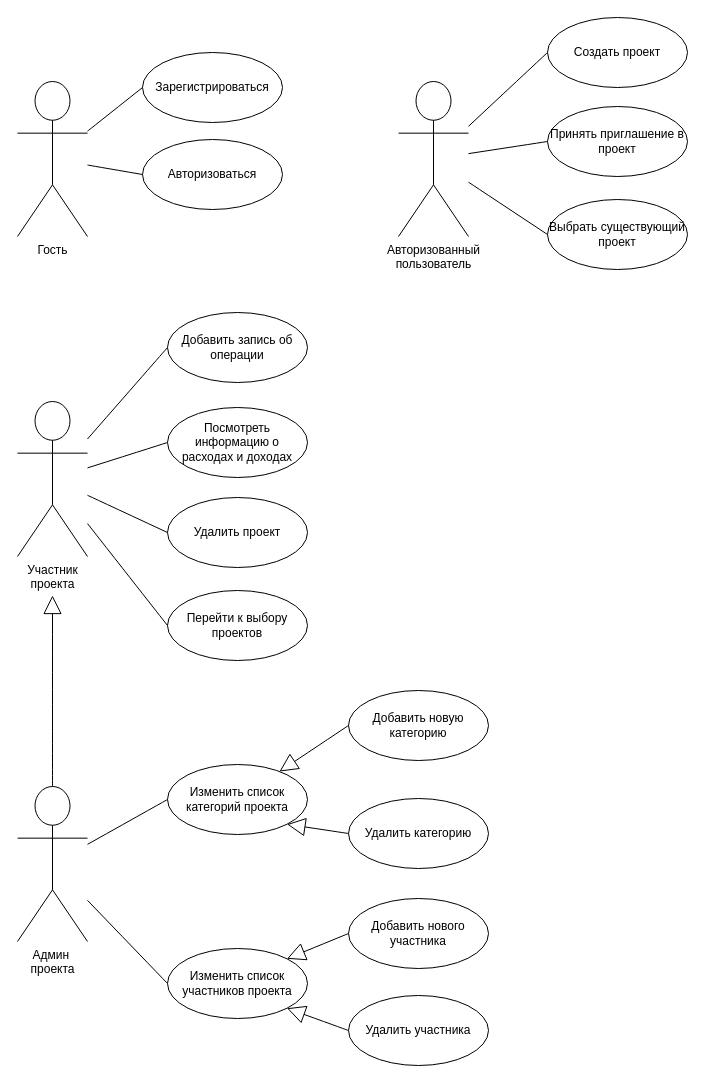
anorien03/bmstu-iu7-ppo keeps this draw.io diagram as img/diagrams/use_case.drawio. Above is the earlier version. Source tidied: cells renumbered, new cells numbered last; positions are measured from the earlier drawing's top-left corner, leaving out a move shared by most shapes. Both pictures are drawn from the tidied source at 100%, with x=0, y=0 at pixel (17, 17).
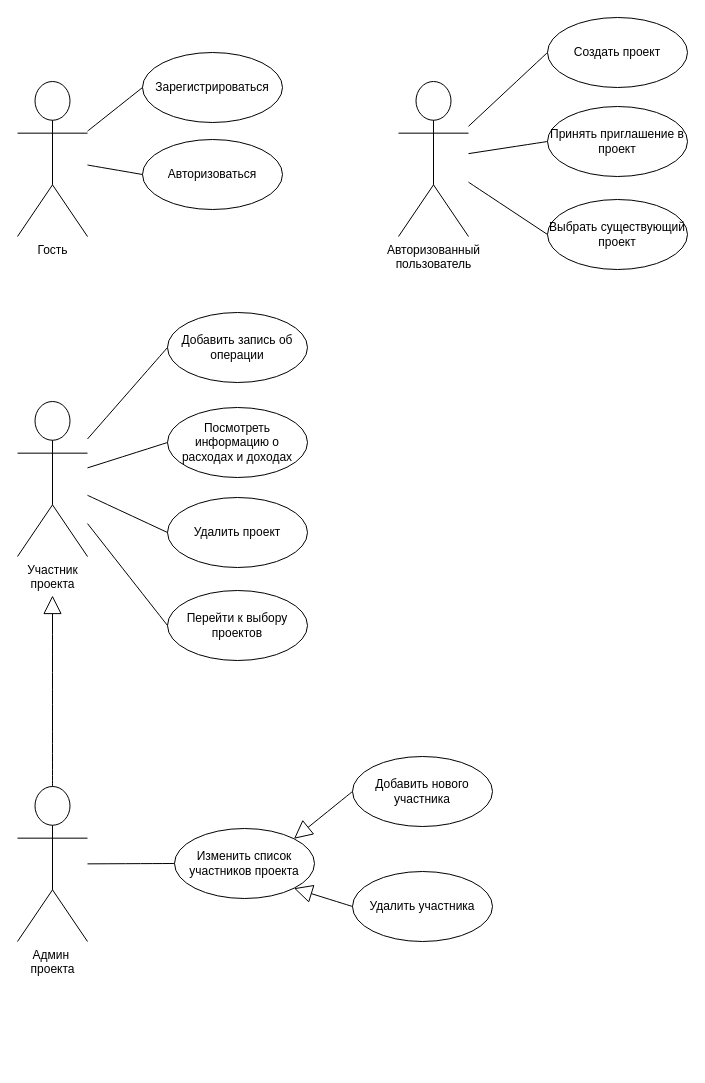
The same diagram, later.

Unchanged cells that the change refers to:
```xml
<mxCell id="4" value="Админ&amp;nbsp;&lt;div&gt;проекта&lt;/div&gt;" style="shape=umlActor;verticalLabelPosition=bottom;verticalAlign=top;html=1;outlineConnect=0;" parent="1" vertex="1">
  <mxGeometry y="769" width="70" height="155" as="geometry" />
</mxCell>
```

Diff of the diagram source:
```diff
@@
     <mxCell id="7" value="Изменить список участников проекта" style="ellipse;whiteSpace=wrap;html=1;" parent="1" vertex="1">
-      <mxGeometry x="150" y="931" width="140" height="70" as="geometry" />
+      <mxGeometry x="157" y="811" width="140" height="70" as="geometry" />
     </mxCell>
@@
-    <mxCell id="12" value="Изменить список категорий проекта" style="ellipse;whiteSpace=wrap;html=1;" parent="1" vertex="1">
-      <mxGeometry x="150" y="747" width="140" height="70" as="geometry" />
-    </mxCell>
@@
-    <mxCell id="27" style="endArrow=none;html=1;rounded=0;fontSize=12;startSize=8;endSize=8;curved=1;exitX=0;exitY=0.5;exitDx=0;exitDy=0;" parent="1" edge="1" source="12" target="4">
-      <mxGeometry relative="1" as="geometry" />
-    </mxCell>
@@
     <mxCell id="29" value="Добавить нового участника" style="ellipse;whiteSpace=wrap;html=1;" parent="1" vertex="1">
-      <mxGeometry x="331" y="881" width="140" height="70" as="geometry" />
+      <mxGeometry x="335" y="739" width="140" height="70" as="geometry" />
     </mxCell>
     <mxCell id="30" value="Удалить участника" style="ellipse;whiteSpace=wrap;html=1;" parent="1" vertex="1">
-      <mxGeometry x="331" y="978" width="140" height="70" as="geometry" />
+      <mxGeometry x="335" y="854" width="140" height="70" as="geometry" />
     </mxCell>
-    <mxCell id="31" value="Удалить категорию" style="ellipse;whiteSpace=wrap;html=1;" parent="1" vertex="1">
-      <mxGeometry x="331" y="781" width="140" height="70" as="geometry" />
-    </mxCell>
-    <mxCell id="32" value="Добавить новую категорию" style="ellipse;whiteSpace=wrap;html=1;" parent="1" vertex="1">
-      <mxGeometry x="331" y="673" width="140" height="70" as="geometry" />
-    </mxCell>
@@
-    <mxCell id="35" style="endArrow=block;endSize=16;endFill=0;html=1;rounded=0;fontSize=12;curved=1;exitX=0;exitY=0.5;exitDx=0;exitDy=0;entryX=1;entryY=1;entryDx=0;entryDy=0;" parent="1" edge="1" source="31" target="12">
-      <mxGeometry relative="1" as="geometry" />
-    </mxCell>
-    <mxCell id="36" style="endArrow=block;endSize=16;endFill=0;html=1;rounded=0;fontSize=12;curved=1;exitX=0;exitY=0.5;exitDx=0;exitDy=0;" parent="1" edge="1" source="32" target="12">
-      <mxGeometry relative="1" as="geometry" />
-    </mxCell>
```
